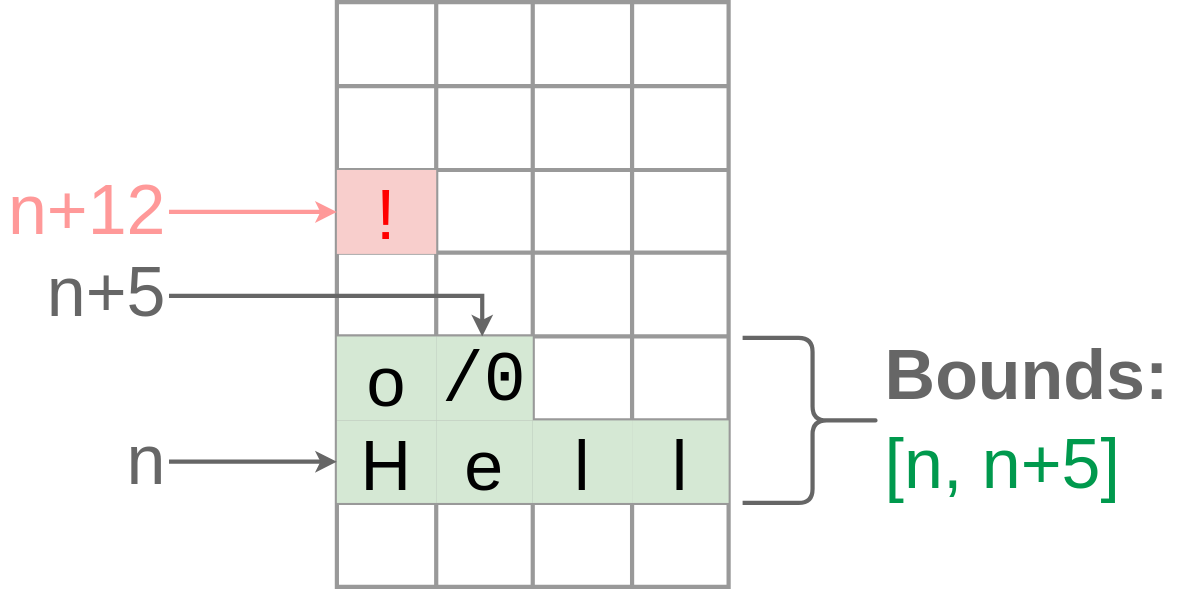
The draw.io diagram docs/chp4/safety_spatial_grow_up.svg in tnballo/high-assurance-rust, before a commit. Source tidied: cells renumbered, new cells last; positions are measured from the earlier drawing's top-left corner, leaving out a move shared by most shapes. Source of this version:
```xml
<mxGraphModel>
  <root>
    <mxCell id="0" />
    <mxCell id="1" parent="0" />
    <mxCell id="2" style="shape=table;startSize=0;fillColor=none;strokeWidth=3;fontColor=#666666;strokeColor=#999999;" parent="1" vertex="1">
      <mxGeometry x="240" width="280" height="418" as="geometry" />
    </mxCell>
    <mxCell id="3" style="shape=tableRow;horizontal=0;startSize=0;swimlaneHead=0;swimlaneBody=0;top=0;left=0;bottom=0;right=0;fillColor=none;" parent="2" vertex="1">
      <mxGeometry width="280" height="60" as="geometry" />
    </mxCell>
    <mxCell id="4" style="shape=partialRectangle;html=1;whiteSpace=wrap;overflow=hidden;fillColor=none;top=0;left=0;bottom=0;right=0;" parent="3" vertex="1">
      <mxGeometry width="71" height="60" as="geometry" />
    </mxCell>
    <mxCell id="5" style="shape=partialRectangle;html=1;whiteSpace=wrap;overflow=hidden;fillColor=none;top=0;left=0;bottom=0;right=0;" parent="3" vertex="1">
      <mxGeometry x="71" width="69" height="60" as="geometry" />
    </mxCell>
    <mxCell id="6" style="shape=partialRectangle;html=1;whiteSpace=wrap;overflow=hidden;fillColor=none;top=0;left=0;bottom=0;right=0;" parent="3" vertex="1">
      <mxGeometry x="140" width="71" height="60" as="geometry" />
    </mxCell>
    <mxCell id="7" style="shape=partialRectangle;html=1;whiteSpace=wrap;overflow=hidden;fillColor=none;top=0;left=0;bottom=0;right=0;" parent="3" vertex="1">
      <mxGeometry x="211" width="69" height="60" as="geometry" />
    </mxCell>
    <mxCell id="8" style="shape=tableRow;horizontal=0;startSize=0;swimlaneHead=0;swimlaneBody=0;top=0;left=0;bottom=0;right=0;fillColor=none;" parent="2" vertex="1">
      <mxGeometry y="60" width="280" height="60" as="geometry" />
    </mxCell>
    <mxCell id="9" style="shape=partialRectangle;html=1;whiteSpace=wrap;overflow=hidden;fillColor=none;top=0;left=0;bottom=0;right=0;" parent="8" vertex="1">
      <mxGeometry width="71" height="60" as="geometry" />
    </mxCell>
    <mxCell id="10" style="shape=partialRectangle;html=1;whiteSpace=wrap;overflow=hidden;fillColor=none;top=0;left=0;bottom=0;right=0;" parent="8" vertex="1">
      <mxGeometry x="71" width="69" height="60" as="geometry" />
    </mxCell>
    <mxCell id="11" style="shape=partialRectangle;html=1;whiteSpace=wrap;overflow=hidden;fillColor=none;top=0;left=0;bottom=0;right=0;" parent="8" vertex="1">
      <mxGeometry x="140" width="71" height="60" as="geometry" />
    </mxCell>
    <mxCell id="12" style="shape=partialRectangle;html=1;whiteSpace=wrap;overflow=hidden;fillColor=none;top=0;left=0;bottom=0;right=0;" parent="8" vertex="1">
      <mxGeometry x="211" width="69" height="60" as="geometry" />
    </mxCell>
    <mxCell id="13" style="shape=tableRow;horizontal=0;startSize=0;swimlaneHead=0;swimlaneBody=0;top=0;left=0;bottom=0;right=0;fillColor=none;" parent="2" vertex="1">
      <mxGeometry y="120" width="280" height="59" as="geometry" />
    </mxCell>
    <mxCell id="14" style="shape=partialRectangle;html=1;whiteSpace=wrap;overflow=hidden;fillColor=none;top=0;left=0;bottom=0;right=0;strokeColor=inherit;strokeWidth=3;" parent="13" vertex="1">
      <mxGeometry width="71" height="59" as="geometry" />
    </mxCell>
    <mxCell id="15" style="shape=partialRectangle;html=1;whiteSpace=wrap;overflow=hidden;fillColor=none;top=0;left=0;bottom=0;right=0;strokeColor=inherit;strokeWidth=3;" parent="13" vertex="1">
      <mxGeometry x="71" width="69" height="59" as="geometry" />
    </mxCell>
    <mxCell id="16" style="shape=partialRectangle;html=1;whiteSpace=wrap;overflow=hidden;fillColor=none;top=0;left=0;bottom=0;right=0;strokeColor=inherit;strokeWidth=3;" parent="13" vertex="1">
      <mxGeometry x="140" width="71" height="59" as="geometry" />
    </mxCell>
    <mxCell id="17" style="shape=partialRectangle;html=1;whiteSpace=wrap;overflow=hidden;fillColor=none;top=0;left=0;bottom=0;right=0;strokeWidth=3;strokeColor=inherit;" parent="13" vertex="1">
      <mxGeometry x="211" width="69" height="59" as="geometry" />
    </mxCell>
    <mxCell id="18" style="shape=tableRow;horizontal=0;startSize=0;swimlaneHead=0;swimlaneBody=0;top=0;left=0;bottom=0;right=0;fillColor=none;points=[[0,0.5],[1,0.5]];portConstraint=eastwest;" parent="2" vertex="1">
      <mxGeometry y="179" width="280" height="60" as="geometry" />
    </mxCell>
    <mxCell id="19" style="shape=partialRectangle;html=1;whiteSpace=wrap;overflow=hidden;fillColor=none;top=0;left=0;bottom=0;right=0;strokeWidth=3;strokeColor=inherit;" parent="18" vertex="1">
      <mxGeometry width="71" height="60" as="geometry" />
    </mxCell>
    <mxCell id="20" style="shape=partialRectangle;html=1;whiteSpace=wrap;overflow=hidden;fillColor=none;top=0;left=0;bottom=0;right=0;strokeWidth=3;strokeColor=inherit;" parent="18" vertex="1">
      <mxGeometry x="71" width="69" height="60" as="geometry" />
    </mxCell>
    <mxCell id="21" style="shape=partialRectangle;html=1;whiteSpace=wrap;overflow=hidden;fillColor=none;top=0;left=0;bottom=0;right=0;" parent="18" vertex="1">
      <mxGeometry x="140" width="71" height="60" as="geometry" />
    </mxCell>
    <mxCell id="22" style="shape=partialRectangle;html=1;whiteSpace=wrap;overflow=hidden;fillColor=none;top=0;left=0;bottom=0;right=0;" parent="18" vertex="1">
      <mxGeometry x="211" width="69" height="60" as="geometry" />
    </mxCell>
    <mxCell id="23" style="shape=tableRow;horizontal=0;startSize=0;swimlaneHead=0;swimlaneBody=0;top=0;left=0;bottom=0;right=0;fillColor=none;" parent="2" vertex="1">
      <mxGeometry y="239" width="280" height="60" as="geometry" />
    </mxCell>
    <mxCell id="24" style="shape=partialRectangle;html=1;whiteSpace=wrap;overflow=hidden;fillColor=none;top=0;left=0;bottom=0;right=0;" parent="23" vertex="1">
      <mxGeometry width="71" height="60" as="geometry" />
    </mxCell>
    <mxCell id="25" style="shape=partialRectangle;html=1;whiteSpace=wrap;overflow=hidden;fillColor=none;top=0;left=0;bottom=0;right=0;strokeColor=#666666;" parent="23" vertex="1">
      <mxGeometry x="71" width="69" height="60" as="geometry" />
    </mxCell>
    <mxCell id="26" style="shape=partialRectangle;html=1;whiteSpace=wrap;overflow=hidden;fillColor=none;top=0;left=0;bottom=0;right=0;" parent="23" vertex="1">
      <mxGeometry x="140" width="71" height="60" as="geometry" />
    </mxCell>
    <mxCell id="27" style="shape=partialRectangle;html=1;whiteSpace=wrap;overflow=hidden;fillColor=none;top=0;left=0;bottom=0;right=0;" parent="23" vertex="1">
      <mxGeometry x="211" width="69" height="60" as="geometry" />
    </mxCell>
    <mxCell id="28" style="shape=tableRow;horizontal=0;startSize=0;swimlaneHead=0;swimlaneBody=0;top=0;left=0;bottom=0;right=0;fillColor=none;" parent="2" vertex="1">
      <mxGeometry y="299" width="280" height="59" as="geometry" />
    </mxCell>
    <mxCell id="29" style="shape=partialRectangle;html=1;whiteSpace=wrap;overflow=hidden;fillColor=none;top=0;left=0;bottom=0;right=0;" parent="28" vertex="1">
      <mxGeometry width="71" height="59" as="geometry" />
    </mxCell>
    <mxCell id="30" style="shape=partialRectangle;html=1;whiteSpace=wrap;overflow=hidden;fillColor=none;top=0;left=0;bottom=0;right=0;" parent="28" vertex="1">
      <mxGeometry x="71" width="69" height="59" as="geometry" />
    </mxCell>
    <mxCell id="31" style="shape=partialRectangle;html=1;whiteSpace=wrap;overflow=hidden;fillColor=none;top=0;left=0;bottom=0;right=0;" parent="28" vertex="1">
      <mxGeometry x="140" width="71" height="59" as="geometry" />
    </mxCell>
    <mxCell id="32" style="shape=partialRectangle;html=1;whiteSpace=wrap;overflow=hidden;fillColor=none;top=0;left=0;bottom=0;right=0;" parent="28" vertex="1">
      <mxGeometry x="211" width="69" height="59" as="geometry" />
    </mxCell>
    <mxCell id="33" style="shape=tableRow;horizontal=0;startSize=0;swimlaneHead=0;swimlaneBody=0;top=0;left=0;bottom=0;right=0;fillColor=none;" parent="2" vertex="1">
      <mxGeometry y="358" width="280" height="60" as="geometry" />
    </mxCell>
    <mxCell id="34" style="shape=partialRectangle;html=1;whiteSpace=wrap;overflow=hidden;fillColor=none;top=0;left=0;bottom=0;right=0;" parent="33" vertex="1">
      <mxGeometry width="71" height="60" as="geometry" />
    </mxCell>
    <mxCell id="35" style="shape=partialRectangle;html=1;whiteSpace=wrap;overflow=hidden;fillColor=none;top=0;left=0;bottom=0;right=0;" parent="33" vertex="1">
      <mxGeometry x="71" width="69" height="60" as="geometry" />
    </mxCell>
    <mxCell id="36" style="shape=partialRectangle;html=1;whiteSpace=wrap;overflow=hidden;fillColor=none;top=0;left=0;bottom=0;right=0;" parent="33" vertex="1">
      <mxGeometry x="140" width="71" height="60" as="geometry" />
    </mxCell>
    <mxCell id="37" style="shape=partialRectangle;html=1;whiteSpace=wrap;overflow=hidden;fillColor=none;top=0;left=0;bottom=0;right=0;" parent="33" vertex="1">
      <mxGeometry x="211" width="69" height="60" as="geometry" />
    </mxCell>
    <mxCell id="38" style="shape=curlyBracket;whiteSpace=wrap;html=1;rounded=1;flipH=1;strokeColor=#666666;strokeWidth=3;fontFamily=Helvetica;fontSize=50;fontColor=#666666;fillColor=default;gradientColor=none;gradientDirection=east;" parent="1" vertex="1">
      <mxGeometry x="530" y="240" width="100" height="118" as="geometry" />
    </mxCell>
    <mxCell id="39" value="&lt;div align=&quot;left&quot;&gt;&lt;font face=&quot;Helvetica&quot;&gt;&lt;b&gt;Bounds:&lt;/b&gt; &lt;br&gt;&lt;/font&gt;&lt;/div&gt;&lt;div align=&quot;left&quot;&gt;&lt;font face=&quot;Helvetica&quot; color=&quot;#00994d&quot;&gt;[n, n+5]&lt;/font&gt;&lt;/div&gt;" style="text;html=1;strokeColor=none;fillColor=none;align=left;verticalAlign=middle;whiteSpace=wrap;rounded=0;dashed=1;strokeWidth=3;fontFamily=Courier New;fontSize=50;fontColor=#666666;" parent="1" vertex="1">
      <mxGeometry x="630" y="210" width="230" height="180" as="geometry" />
    </mxCell>
    <mxCell id="40" style="edgeStyle=orthogonalEdgeStyle;rounded=0;jettySize=auto;html=1;strokeColor=#666666;strokeWidth=3;fontFamily=Courier New;fontSize=50;fontColor=#666666;" parent="1" edge="1" source="41">
      <mxGeometry relative="1" as="geometry">
        <mxPoint x="240" y="328.5" as="targetPoint" />
      </mxGeometry>
    </mxCell>
    <mxCell id="41" value="&lt;font face=&quot;Helvetica&quot;&gt;n&lt;/font&gt;" style="text;html=1;strokeColor=none;fillColor=none;align=right;verticalAlign=middle;whiteSpace=wrap;rounded=0;dashed=1;strokeWidth=3;fontFamily=Courier New;fontSize=50;fontColor=#666666;" parent="1" vertex="1">
      <mxGeometry y="298.5" width="120" height="60" as="geometry" />
    </mxCell>
    <mxCell id="42" value="&lt;div align=&quot;right&quot;&gt;&lt;font face=&quot;Helvetica&quot;&gt;n+5&lt;/font&gt;&lt;/div&gt;" style="text;html=1;strokeColor=none;fillColor=none;align=right;verticalAlign=middle;whiteSpace=wrap;rounded=0;dashed=1;strokeWidth=3;fontFamily=Courier New;fontSize=50;fontColor=#666666;" parent="1" vertex="1">
      <mxGeometry y="179" width="120" height="60" as="geometry" />
    </mxCell>
    <mxCell id="43" style="edgeStyle=orthogonalEdgeStyle;rounded=0;jettySize=auto;html=1;strokeColor=#666666;strokeWidth=3;fontFamily=Courier New;fontSize=50;fontColor=#666666;entryX=0.371;entryY=1;entryDx=0;entryDy=0;entryPerimeter=0;" parent="1" edge="1" source="42" target="18">
      <mxGeometry relative="1" as="geometry">
        <Array as="points">
          <mxPoint x="344" y="210" />
        </Array>
      </mxGeometry>
    </mxCell>
    <mxCell id="44" value="&lt;font face=&quot;Helvetica&quot;&gt;n+12&lt;/font&gt;" style="text;html=1;strokeColor=none;fillColor=none;align=right;verticalAlign=middle;whiteSpace=wrap;rounded=0;dashed=1;strokeWidth=3;fontFamily=Courier New;fontSize=50;fontColor=#FF9999;" parent="1" vertex="1">
      <mxGeometry y="120" width="120" height="60" as="geometry" />
    </mxCell>
    <mxCell id="45" style="edgeStyle=orthogonalEdgeStyle;rounded=0;jettySize=auto;html=1;strokeColor=#FF9999;strokeWidth=3;fontFamily=Courier New;fontSize=50;fontColor=#FF9999;entryX=0;entryY=0.5;entryDx=0;entryDy=0;" parent="1" edge="1" source="44">
      <mxGeometry relative="1" as="geometry">
        <mxPoint x="240" y="150" as="targetPoint" />
      </mxGeometry>
    </mxCell>
    <mxCell id="46" value="&lt;font style=&quot;font-size: 50px;&quot; color=&quot;#FF0000&quot;&gt;!&lt;/font&gt;" style="shape=partialRectangle;html=1;whiteSpace=wrap;overflow=hidden;fillColor=#f8cecc;top=0;left=0;bottom=0;right=0;strokeColor=#b85450;" parent="1" vertex="1">
      <mxGeometry x="240" y="120" width="71" height="60" as="geometry" />
    </mxCell>
    <mxCell id="47" value="&lt;font style=&quot;font-size: 50px;&quot;&gt;H&lt;/font&gt;" style="shape=partialRectangle;html=1;whiteSpace=wrap;overflow=hidden;fillColor=#d5e8d4;top=0;left=0;bottom=0;right=0;strokeColor=#82b366;strokeWidth=3;" parent="1" vertex="1">
      <mxGeometry x="240" y="299" width="71" height="59" as="geometry" />
    </mxCell>
    <mxCell id="48" value="&lt;font style=&quot;font-size: 50px;&quot;&gt;e&lt;/font&gt;" style="shape=partialRectangle;html=1;whiteSpace=wrap;overflow=hidden;fillColor=#d5e8d4;top=0;left=0;bottom=0;right=0;strokeColor=#82b366;strokeWidth=3;" parent="1" vertex="1">
      <mxGeometry x="311" y="299" width="69" height="59" as="geometry" />
    </mxCell>
    <mxCell id="49" value="&lt;font style=&quot;font-size: 50px;&quot;&gt;l&lt;/font&gt;" style="shape=partialRectangle;html=1;whiteSpace=wrap;overflow=hidden;fillColor=#d5e8d4;top=0;left=0;bottom=0;right=0;strokeColor=#82b366;strokeWidth=3;" parent="1" vertex="1">
      <mxGeometry x="380" y="299" width="71" height="59" as="geometry" />
    </mxCell>
    <mxCell id="50" value="&lt;font style=&quot;font-size: 50px;&quot;&gt;l&lt;/font&gt;" style="shape=partialRectangle;html=1;whiteSpace=wrap;overflow=hidden;fillColor=#d5e8d4;top=0;left=0;bottom=0;right=0;strokeWidth=3;strokeColor=#82b366;" parent="1" vertex="1">
      <mxGeometry x="451" y="299" width="69" height="59" as="geometry" />
    </mxCell>
    <mxCell id="51" value="&lt;font style=&quot;font-size: 50px;&quot;&gt;o&lt;/font&gt;" style="shape=partialRectangle;html=1;whiteSpace=wrap;overflow=hidden;fillColor=#d5e8d4;top=0;left=0;bottom=0;right=0;strokeWidth=3;strokeColor=#82b366;" parent="1" vertex="1">
      <mxGeometry x="240" y="239" width="71" height="60" as="geometry" />
    </mxCell>
    <mxCell id="52" value="&lt;font style=&quot;font-size: 50px;&quot; face=&quot;Courier New&quot;&gt;/0&lt;/font&gt;" style="shape=partialRectangle;html=1;whiteSpace=wrap;overflow=hidden;fillColor=#d5e8d4;top=0;left=0;bottom=0;right=0;strokeWidth=3;strokeColor=#82b366;" parent="1" vertex="1">
      <mxGeometry x="311" y="239" width="69" height="60" as="geometry" />
    </mxCell>
  </root>
</mxGraphModel>
```
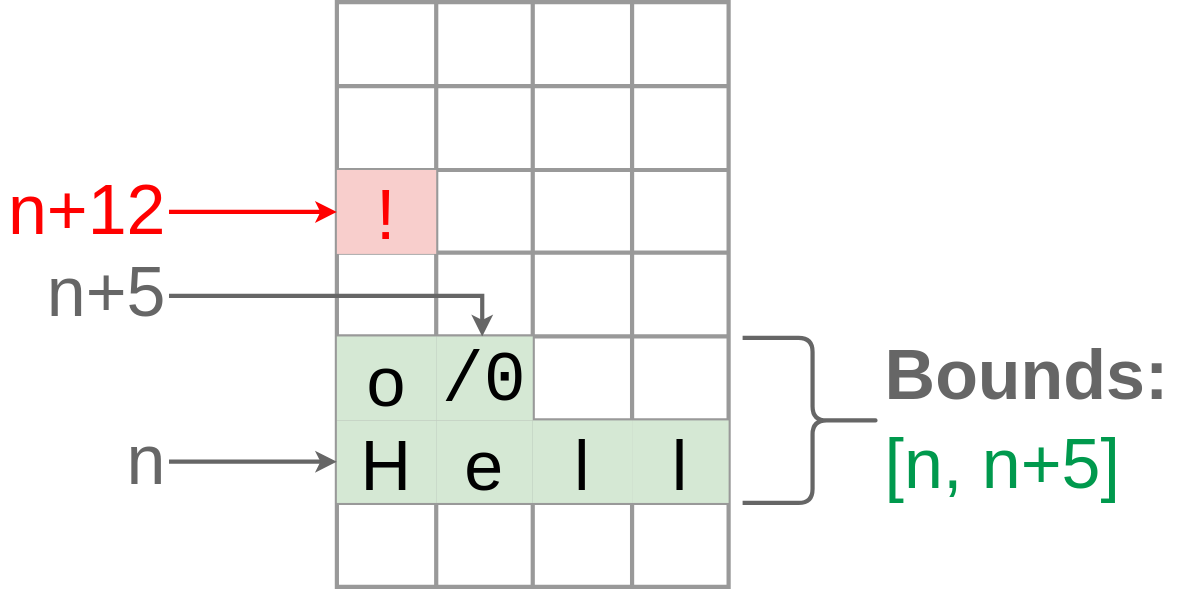
Above is the later version.

What changed in the source:
```diff
@@ -134,10 +134,10 @@
         </Array>
       </mxGeometry>
     </mxCell>
-    <mxCell id="44" value="&lt;font face=&quot;Helvetica&quot;&gt;n+12&lt;/font&gt;" style="text;html=1;strokeColor=none;fillColor=none;align=right;verticalAlign=middle;whiteSpace=wrap;rounded=0;dashed=1;strokeWidth=3;fontFamily=Courier New;fontSize=50;fontColor=#FF9999;" parent="1" vertex="1">
+    <mxCell id="44" value="&lt;font face=&quot;Helvetica&quot;&gt;n+12&lt;/font&gt;" style="text;html=1;strokeColor=none;fillColor=none;align=right;verticalAlign=middle;whiteSpace=wrap;rounded=0;dashed=1;strokeWidth=3;fontFamily=Courier New;fontSize=50;fontColor=#FF0000;" parent="1" vertex="1">
       <mxGeometry y="120" width="120" height="60" as="geometry" />
     </mxCell>
-    <mxCell id="45" style="edgeStyle=orthogonalEdgeStyle;rounded=0;jettySize=auto;html=1;strokeColor=#FF9999;strokeWidth=3;fontFamily=Courier New;fontSize=50;fontColor=#FF9999;entryX=0;entryY=0.5;entryDx=0;entryDy=0;" parent="1" edge="1" source="44">
+    <mxCell id="45" style="edgeStyle=orthogonalEdgeStyle;rounded=0;jettySize=auto;html=1;strokeColor=#FF0000;strokeWidth=3;fontFamily=Courier New;fontSize=50;fontColor=#FF9999;entryX=0;entryY=0.5;entryDx=0;entryDy=0;" parent="1" edge="1" source="44">
       <mxGeometry relative="1" as="geometry">
         <mxPoint x="240" y="150" as="targetPoint" />
       </mxGeometry>
```
